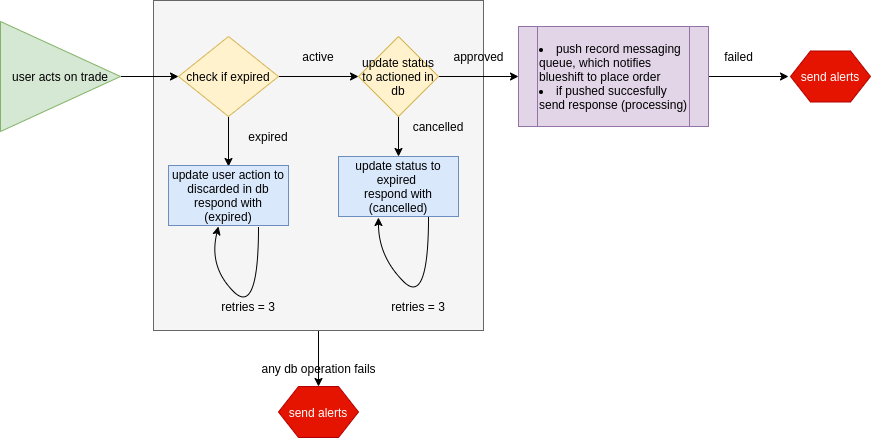
Earlier version of the draw.io export notification service flow chart 3.png (madhusai3113/bootcards). Source tidied: cells renumbered, new cells last; positions are measured from the earlier drawing's top-left corner, leaving out a move shared by most shapes. Source of this version:
```xml
<mxGraphModel>
  <root>
    <mxCell id="0" />
    <mxCell id="1" parent="0" />
    <mxCell id="2" style="edgeStyle=orthogonalEdgeStyle;rounded=0;jettySize=auto;html=1;" parent="1" edge="1" source="3">
      <mxGeometry relative="1" as="geometry">
        <mxPoint x="318" y="386" as="targetPoint" />
      </mxGeometry>
    </mxCell>
    <mxCell id="3" style="whiteSpace=wrap;html=1;fillColor=#f5f5f5;strokeColor=#666666;fontColor=#333333;" parent="1" vertex="1">
      <mxGeometry x="153" width="330" height="330" as="geometry" />
    </mxCell>
    <mxCell id="4" style="edgeStyle=orthogonalEdgeStyle;rounded=0;jettySize=auto;html=1;" parent="1" edge="1" source="6">
      <mxGeometry relative="1" as="geometry">
        <mxPoint x="228" y="166" as="targetPoint" />
      </mxGeometry>
    </mxCell>
    <mxCell id="5" style="edgeStyle=orthogonalEdgeStyle;rounded=0;jettySize=auto;html=1;" parent="1" edge="1" source="6">
      <mxGeometry relative="1" as="geometry">
        <mxPoint x="358" y="76" as="targetPoint" />
      </mxGeometry>
    </mxCell>
    <mxCell id="6" value="check if expired" style="rhombus;whiteSpace=wrap;html=1;fillColor=#fff2cc;strokeColor=#d6b656;" parent="1" vertex="1">
      <mxGeometry x="178" y="36" width="100" height="80" as="geometry" />
    </mxCell>
    <mxCell id="7" style="edgeStyle=orthogonalEdgeStyle;rounded=0;jettySize=auto;html=1;" parent="1" edge="1" target="6">
      <mxGeometry relative="1" as="geometry">
        <mxPoint x="120.5" y="76" as="sourcePoint" />
      </mxGeometry>
    </mxCell>
    <mxCell id="8" value="update user action to discarded in db&lt;br&gt;respond with (expired)" style="rounded=0;whiteSpace=wrap;html=1;fillColor=#dae8fc;strokeColor=#6c8ebf;" parent="1" vertex="1">
      <mxGeometry x="168" y="165" width="120" height="60" as="geometry" />
    </mxCell>
    <mxCell id="9" value="expired" style="text;html=1;strokeColor=none;fillColor=none;align=center;verticalAlign=middle;whiteSpace=wrap;rounded=0;" parent="1" vertex="1">
      <mxGeometry x="248" y="126" width="40" height="20" as="geometry" />
    </mxCell>
    <mxCell id="10" style="edgeStyle=orthogonalEdgeStyle;rounded=0;jettySize=auto;html=1;" parent="1" edge="1" source="12">
      <mxGeometry relative="1" as="geometry">
        <mxPoint x="398" y="156" as="targetPoint" />
        <Array as="points">
          <mxPoint x="398" y="156" />
          <mxPoint x="398" y="156" />
        </Array>
      </mxGeometry>
    </mxCell>
    <mxCell id="11" style="edgeStyle=orthogonalEdgeStyle;rounded=0;jettySize=auto;html=1;" parent="1" edge="1" source="12">
      <mxGeometry relative="1" as="geometry">
        <mxPoint x="518" y="76" as="targetPoint" />
      </mxGeometry>
    </mxCell>
    <mxCell id="12" value="&lt;span style=&quot;white-space: normal&quot;&gt;update status to actioned in db&lt;/span&gt;" style="rhombus;whiteSpace=wrap;html=1;fillColor=#fff2cc;strokeColor=#d6b656;" parent="1" vertex="1">
      <mxGeometry x="358" y="36" width="80" height="80" as="geometry" />
    </mxCell>
    <mxCell id="13" value="active" style="text;html=1;strokeColor=none;fillColor=none;align=center;verticalAlign=middle;whiteSpace=wrap;rounded=0;" parent="1" vertex="1">
      <mxGeometry x="298" y="46" width="40" height="20" as="geometry" />
    </mxCell>
    <mxCell id="14" value="cancelled" style="text;html=1;strokeColor=none;fillColor=none;align=center;verticalAlign=middle;whiteSpace=wrap;rounded=0;" parent="1" vertex="1">
      <mxGeometry x="418" y="116" width="40" height="20" as="geometry" />
    </mxCell>
    <mxCell id="15" value="update status to expired&amp;nbsp;&lt;br&gt;respond with&lt;br&gt;(cancelled)" style="rounded=0;whiteSpace=wrap;html=1;fillColor=#dae8fc;strokeColor=#6c8ebf;" parent="1" vertex="1">
      <mxGeometry x="338" y="156" width="120" height="60" as="geometry" />
    </mxCell>
    <mxCell id="16" value="approved" style="text;html=1;align=center;verticalAlign=middle;" parent="1" vertex="1">
      <mxGeometry x="443" y="46" width="70" height="20" as="geometry" />
    </mxCell>
    <mxCell id="17" style="edgeStyle=orthogonalEdgeStyle;rounded=0;jettySize=auto;html=1;" parent="1" edge="1" source="18">
      <mxGeometry relative="1" as="geometry">
        <mxPoint x="788" y="76" as="targetPoint" />
      </mxGeometry>
    </mxCell>
    <mxCell id="18" value="&lt;li style=&quot;white-space: normal&quot;&gt;push record messaging queue, which notifies blueshift to place order&lt;/li&gt;&lt;li style=&quot;white-space: normal&quot;&gt;if pushed succesfully send response (processing)&lt;/li&gt;" style="shape=process;whiteSpace=wrap;html=1;backgroundOutline=1;align=left;fillColor=#e1d5e7;strokeColor=#9673a6;" parent="1" vertex="1">
      <mxGeometry x="518" y="26" width="190" height="100" as="geometry" />
    </mxCell>
    <mxCell id="19" style="curved=1;endArrow=classic;html=1;" parent="1" edge="1">
      <mxGeometry relative="1" as="geometry">
        <mxPoint x="258" y="226" as="sourcePoint" />
        <mxPoint x="218" y="226" as="targetPoint" />
        <Array as="points">
          <mxPoint x="258" y="316" />
          <mxPoint x="208" y="266" />
        </Array>
      </mxGeometry>
    </mxCell>
    <mxCell id="20" value="retries = 3" style="text;html=1;strokeColor=none;fillColor=none;align=center;verticalAlign=middle;whiteSpace=wrap;rounded=0;" parent="1" vertex="1">
      <mxGeometry x="198" y="296" width="100" height="20" as="geometry" />
    </mxCell>
    <mxCell id="21" style="curved=1;endArrow=classic;html=1;exitX=0.75;exitY=1;exitDx=0;exitDy=0;entryX=0.333;entryY=1.017;entryDx=0;entryDy=0;entryPerimeter=0;" parent="1" edge="1" source="15" target="15">
      <mxGeometry relative="1" as="geometry">
        <Array as="points">
          <mxPoint x="428" y="306" />
          <mxPoint x="378" y="256" />
        </Array>
      </mxGeometry>
    </mxCell>
    <mxCell id="22" value="retries = 3" style="text;html=1;strokeColor=none;fillColor=none;align=center;verticalAlign=middle;whiteSpace=wrap;rounded=0;" parent="1" vertex="1">
      <mxGeometry x="368" y="296" width="100" height="20" as="geometry" />
    </mxCell>
    <mxCell id="23" value="send alerts" style="shape=hexagon;perimeter=hexagonPerimeter2;whiteSpace=wrap;html=1;fillColor=#e51400;strokeColor=#B20000;fontColor=#ffffff;" parent="1" vertex="1">
      <mxGeometry x="278" y="386" width="80" height="51" as="geometry" />
    </mxCell>
    <mxCell id="24" value="any db operation fails" style="text;html=1;align=center;verticalAlign=middle;" parent="1" vertex="1">
      <mxGeometry x="253" y="358" width="130" height="20" as="geometry" />
    </mxCell>
    <mxCell id="25" value="failed" style="text;html=1;align=center;verticalAlign=middle;" parent="1" vertex="1">
      <mxGeometry x="718" y="46" width="40" height="20" as="geometry" />
    </mxCell>
    <mxCell id="26" value="send alerts" style="shape=hexagon;perimeter=hexagonPerimeter2;whiteSpace=wrap;html=1;fillColor=#e51400;strokeColor=#B20000;fontColor=#ffffff;" parent="1" vertex="1">
      <mxGeometry x="790" y="50.5" width="80" height="51" as="geometry" />
    </mxCell>
    <mxCell id="27" value="&lt;span style=&quot;white-space: normal&quot;&gt;user acts on trade&lt;/span&gt;" style="triangle;whiteSpace=wrap;html=1;fillColor=#d5e8d4;strokeColor=#82b366;" parent="1" vertex="1">
      <mxGeometry y="21" width="120" height="110" as="geometry" />
    </mxCell>
  </root>
</mxGraphModel>
```
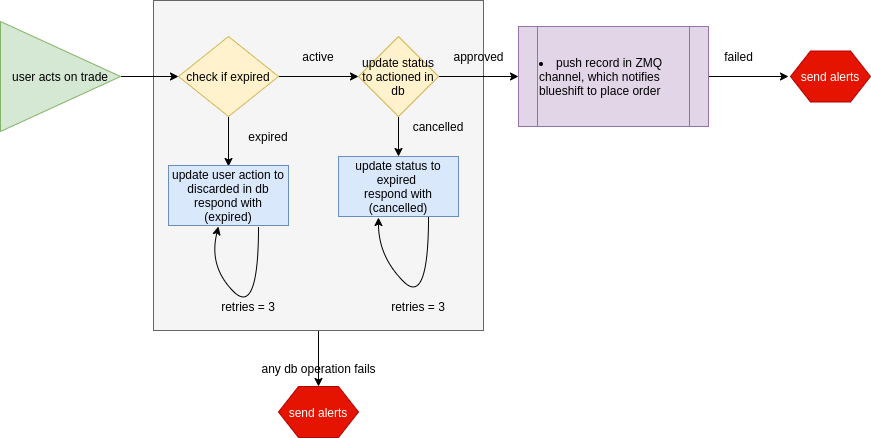
Later version of the same file.

Change to the diagram source:
```diff
@@ -68,7 +68,7 @@
         <mxPoint x="788" y="76" as="targetPoint" />
       </mxGeometry>
     </mxCell>
-    <mxCell id="18" value="&lt;li style=&quot;white-space: normal&quot;&gt;push record messaging queue, which notifies blueshift to place order&lt;/li&gt;&lt;li style=&quot;white-space: normal&quot;&gt;if pushed succesfully send response (processing)&lt;/li&gt;" style="shape=process;whiteSpace=wrap;html=1;backgroundOutline=1;align=left;fillColor=#e1d5e7;strokeColor=#9673a6;" parent="1" vertex="1">
+    <mxCell id="18" value="&lt;li style=&quot;white-space: normal&quot;&gt;push record in ZMQ channel, which notifies blueshift to place order&lt;/li&gt;" style="shape=process;whiteSpace=wrap;html=1;backgroundOutline=1;align=left;fillColor=#e1d5e7;strokeColor=#9673a6;" parent="1" vertex="1">
       <mxGeometry x="518" y="26" width="190" height="100" as="geometry" />
     </mxCell>
     <mxCell id="19" style="curved=1;endArrow=classic;html=1;" parent="1" edge="1">
```
